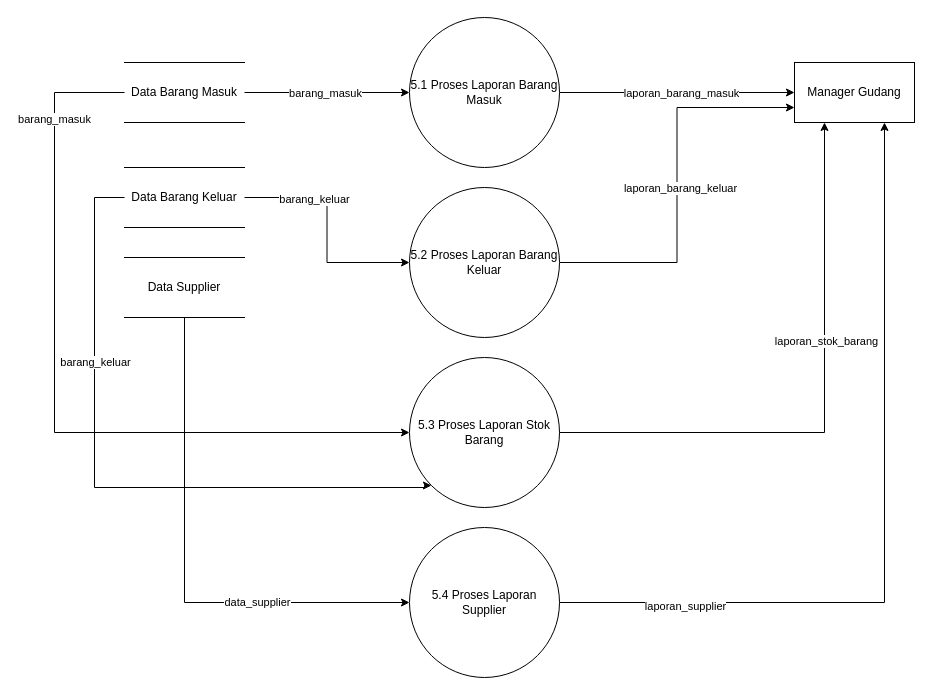
raflialkindhi/graph-save keeps this draw.io diagram as kkp-dfd1-4.drawio. Above is the earlier version. Source tidied: cells renumbered, new cells numbered last; positions are measured from the earlier drawing's top-left corner, leaving out a move shared by most shapes. Both pictures are drawn from the tidied source at 100%, with x=0, y=0 at pixel (54, 17).
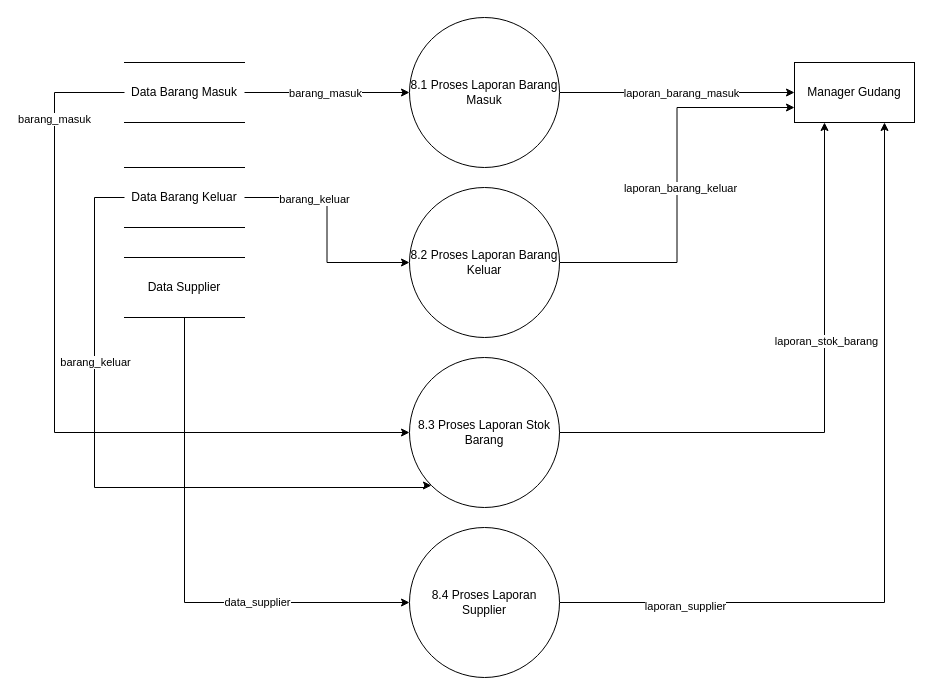
After the change.

What changed in the source:
```diff
@@
-    <mxCell id="9" value="5.1 Proses Laporan Barang Masuk" style="ellipse;whiteSpace=wrap;html=1;" parent="1" vertex="1">
+    <mxCell id="9" value="8.1 Proses Laporan Barang Masuk" style="ellipse;whiteSpace=wrap;html=1;" parent="1" vertex="1">
       <mxGeometry x="355" width="150" height="150" as="geometry" />
     </mxCell>
@@
-    <mxCell id="21" value="5.2 Proses Laporan Barang Keluar" style="ellipse;whiteSpace=wrap;html=1;" parent="1" vertex="1">
+    <mxCell id="21" value="8.2 Proses Laporan Barang Keluar" style="ellipse;whiteSpace=wrap;html=1;" parent="1" vertex="1">
       <mxGeometry x="355" y="170" width="150" height="150" as="geometry" />
     </mxCell>
-    <mxCell id="22" value="5.3 Proses Laporan Stok Barang" style="ellipse;whiteSpace=wrap;html=1;" parent="1" vertex="1">
+    <mxCell id="22" value="8.3 Proses Laporan Stok Barang" style="ellipse;whiteSpace=wrap;html=1;" parent="1" vertex="1">
       <mxGeometry x="355" y="340" width="150" height="150" as="geometry" />
     </mxCell>
@@
-    <mxCell id="25" value="5.4 Proses Laporan Supplier" style="ellipse;whiteSpace=wrap;html=1;" parent="1" vertex="1">
+    <mxCell id="25" value="8.4 Proses Laporan Supplier" style="ellipse;whiteSpace=wrap;html=1;" parent="1" vertex="1">
       <mxGeometry x="355" y="510" width="150" height="150" as="geometry" />
     </mxCell>
```
